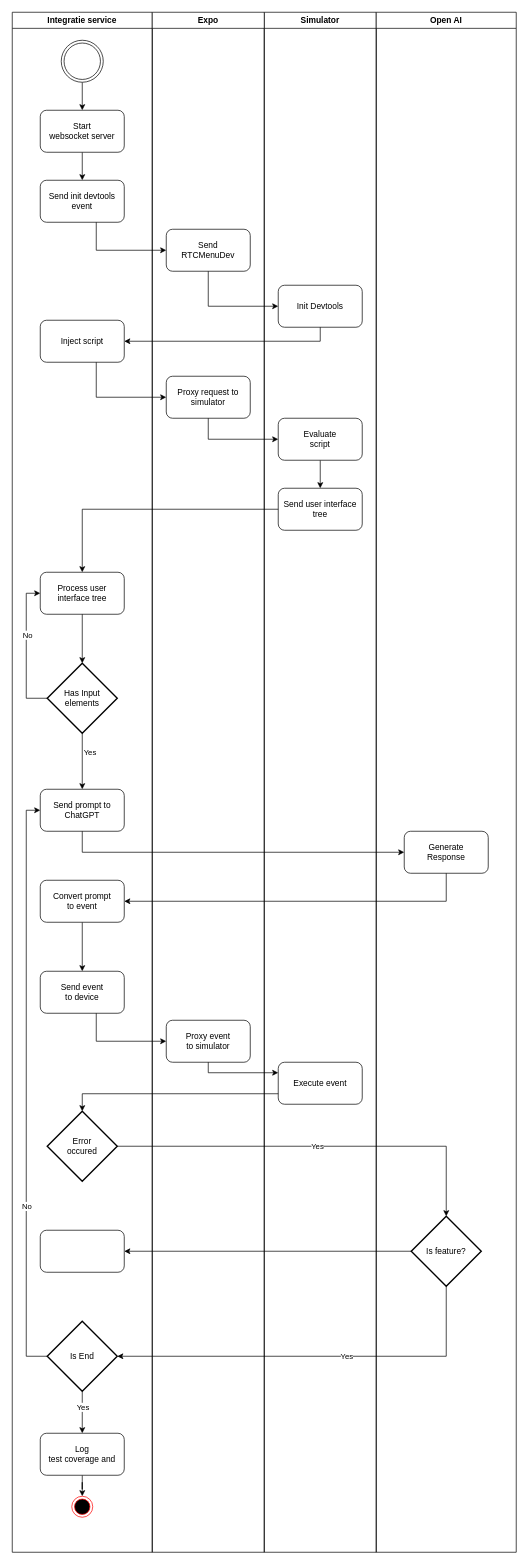
luukvankooten/draw.io keeps this draw.io diagram as 4+1.drawio. Above is the earlier version. Source tidied: cells renumbered, new cells numbered last; positions are measured from the earlier drawing's top-left corner, leaving out a move shared by most shapes. Both pictures are drawn from the tidied source at 70%, with x=0, y=0 at pixel (12, 12).
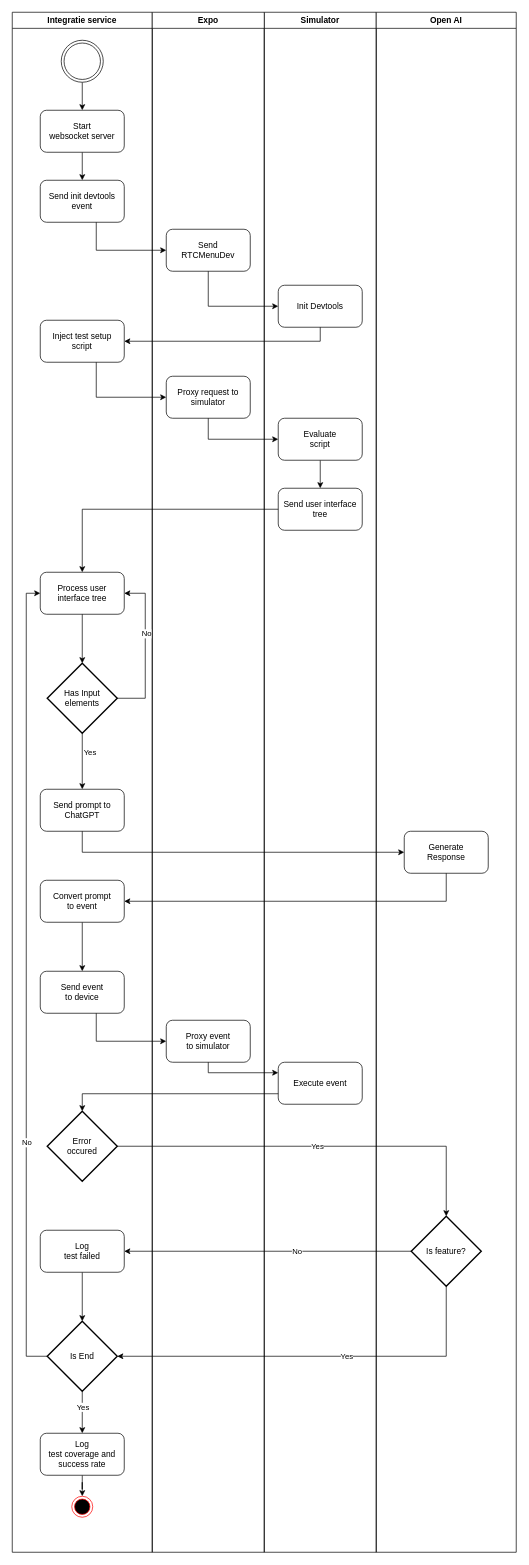
The same diagram, later.

Unchanged cells that the change refers to:
```xml
<mxCell id="2" value="Integratie service" style="swimlane;" parent="1" vertex="1">
  <mxGeometry width="200" height="2200" as="geometry" />
</mxCell>
<mxCell id="9" value="Process user interface tree" style="rounded=1;whiteSpace=wrap;html=1;" parent="2" vertex="1">
  <mxGeometry x="40" y="800" width="120" height="60" as="geometry" />
</mxCell>
<mxCell id="14" value="Has Input&lt;br&gt;elements" style="strokeWidth=2;html=1;shape=mxgraph.flowchart.decision;whiteSpace=wrap;" parent="2" vertex="1">
  <mxGeometry x="50" y="930" width="100" height="100" as="geometry" />
</mxCell>
<mxCell id="16" value="Send prompt to ChatGPT" style="rounded=1;whiteSpace=wrap;html=1;" parent="2" vertex="1">
  <mxGeometry x="40" y="1110" width="120" height="60" as="geometry" />
</mxCell>
<mxCell id="25" value="Is End" style="strokeWidth=2;html=1;shape=mxgraph.flowchart.decision;whiteSpace=wrap;" parent="2" vertex="1">
  <mxGeometry x="50" y="1870" width="100" height="100" as="geometry" />
</mxCell>
<mxCell id="58" style="edgeStyle=orthogonalEdgeStyle;rounded=0;jettySize=auto;html=1;entryX=1;entryY=0.5;entryDx=0;entryDy=0;" parent="1" edge="1" source="42" target="29">
  <mxGeometry relative="1" as="geometry" />
</mxCell>
```

What changed in the source:
```diff
@@
-    <mxCell id="8" value="Inject script" style="rounded=1;whiteSpace=wrap;html=1;" parent="2" vertex="1">
+    <mxCell id="8" value="Inject test setup&lt;br&gt;script" style="rounded=1;whiteSpace=wrap;html=1;" parent="2" vertex="1">
       <mxGeometry x="40" y="440" width="120" height="60" as="geometry" />
     </mxCell>
@@
-    <mxCell id="12" style="edgeStyle=orthogonalEdgeStyle;rounded=0;jettySize=auto;html=1;entryX=0;entryY=0.5;entryDx=0;entryDy=0;" parent="2" edge="1" source="14" target="9">
+    <mxCell id="12" style="edgeStyle=orthogonalEdgeStyle;rounded=0;jettySize=auto;html=1;entryX=1;entryY=0.5;entryDx=0;entryDy=0;" parent="2" edge="1" source="14" target="9">
       <mxGeometry relative="1" as="geometry">
         <Array as="points">
-          <mxPoint x="20" y="980" />
-          <mxPoint x="20" y="830" />
+          <mxPoint x="190" y="980" />
+          <mxPoint x="190" y="830" />
         </Array>
       </mxGeometry>
     </mxCell>
@@
-    <mxCell id="23" style="edgeStyle=orthogonalEdgeStyle;rounded=0;jettySize=auto;html=1;entryX=0;entryY=0.5;entryDx=0;entryDy=0;" parent="2" edge="1" source="25" target="16">
+    <mxCell id="23" style="edgeStyle=orthogonalEdgeStyle;rounded=0;jettySize=auto;html=1;entryX=0;entryY=0.5;entryDx=0;entryDy=0;" parent="2" edge="1" source="25" target="9">
       <mxGeometry relative="1" as="geometry">
         <Array as="points">
           <mxPoint x="20" y="1920" />
-          <mxPoint x="20" y="1140" />
+          <mxPoint x="20" y="830" />
         </Array>
       </mxGeometry>
     </mxCell>
@@
-    <mxCell id="27" value="Log&lt;br&gt;test coverage and " style="rounded=1;whiteSpace=wrap;html=1;" parent="2" vertex="1">
+    <mxCell id="27" value="Log&lt;br&gt;test coverage and&lt;br&gt;success rate" style="rounded=1;whiteSpace=wrap;html=1;" parent="2" vertex="1">
       <mxGeometry x="40" y="2030" width="120" height="60" as="geometry" />
     </mxCell>
@@
+    <mxCell id="59" style="edgeStyle=orthogonalEdgeStyle;rounded=0;jettySize=auto;html=1;" parent="2" edge="1" source="29" target="25">
+      <mxGeometry relative="1" as="geometry" />
+    </mxCell>
-    <mxCell id="29" style="rounded=1;whiteSpace=wrap;html=1;" parent="2" vertex="1">
+    <mxCell id="29" value="Log &lt;br&gt;test failed" style="rounded=1;whiteSpace=wrap;html=1;" parent="2" vertex="1">
       <mxGeometry x="40" y="1740" width="120" height="60" as="geometry" />
     </mxCell>
@@
+    <mxCell id="60" value="No" style="edgeLabel;html=1;align=center;verticalAlign=middle;" parent="58" vertex="1">
+      <mxGeometry x="-0.2" y="-1" relative="1" as="geometry" />
+    </mxCell>
```
